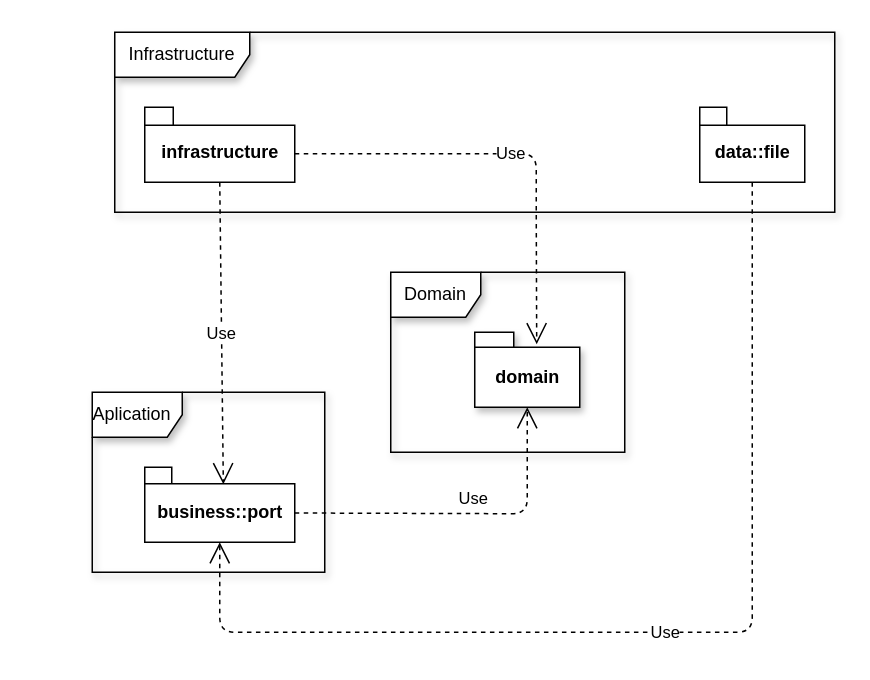
Above: diagram/packageDiagram.drawio in IngeCamiloAriza/task-bots (draw.io), before the change. Source tidied: cells renumbered, new cells numbered last; positions are measured from the earlier drawing's top-left corner, leaving out a move shared by most shapes. Both pictures are drawn from the tidied source at 150%, with x=0, y=0 at pixel (92, 32).
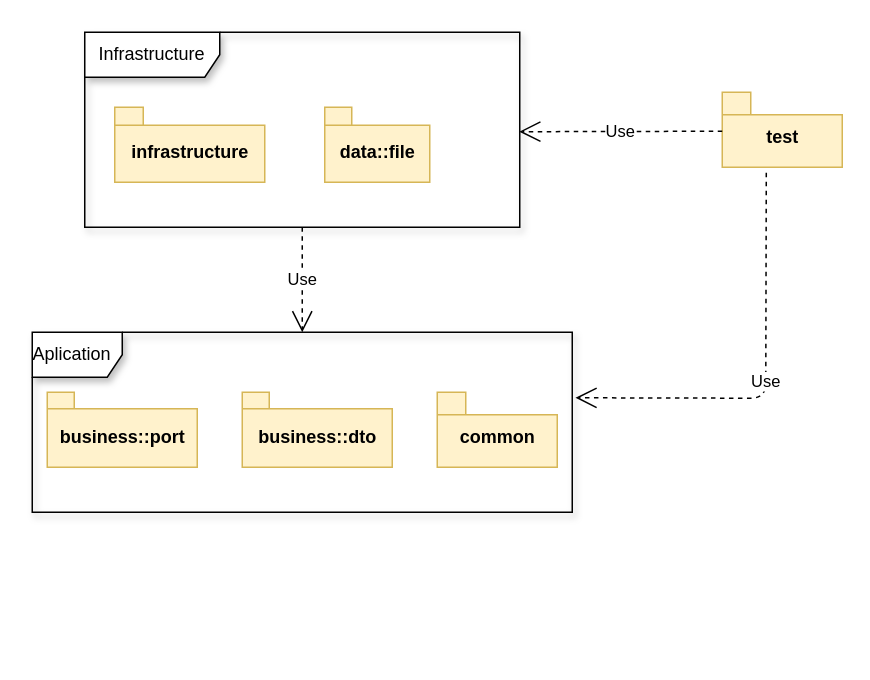
The same diagram, later.

Commit message (it also covers changes not shown here):
:lipstick: Update diagram

Diff of the diagram source:
```diff
@@
 <mxGraphModel>
   <root>
     <mxCell id="0" />
     <mxCell id="1" parent="0" />
-    <mxCell id="2" value="business::port" style="shape=folder;fontStyle=1;spacingTop=10;tabWidth=18;tabHeight=11;tabPosition=left;html=1;" parent="1" vertex="1">
-      <mxGeometry x="35" y="290" width="100" height="50" as="geometry" />
+    <mxCell id="2" value="business::port" style="shape=folder;fontStyle=1;spacingTop=10;tabWidth=18;tabHeight=11;tabPosition=left;html=1;fillColor=#fff2cc;strokeColor=#d6b656;" parent="1" vertex="1">
+      <mxGeometry x="-30" y="240" width="100" height="50" as="geometry" />
     </mxCell>
-    <mxCell id="3" value="data::file" style="shape=folder;fontStyle=1;spacingTop=10;tabWidth=18;tabHeight=12;tabPosition=left;html=1;" parent="1" vertex="1">
-      <mxGeometry x="405" y="50" width="70" height="50" as="geometry" />
+    <mxCell id="3" value="data::file" style="shape=folder;fontStyle=1;spacingTop=10;tabWidth=18;tabHeight=12;tabPosition=left;html=1;fillColor=#fff2cc;strokeColor=#d6b656;" parent="1" vertex="1">
+      <mxGeometry x="155" y="50" width="70" height="50" as="geometry" />
     </mxCell>
-    <mxCell id="4" value="infrastructure" style="shape=folder;fontStyle=1;spacingTop=10;tabWidth=19;tabHeight=12;tabPosition=left;html=1;" parent="1" vertex="1">
-      <mxGeometry x="35" y="50" width="100" height="50" as="geometry" />
+    <mxCell id="4" value="infrastructure" style="shape=folder;fontStyle=1;spacingTop=10;tabWidth=19;tabHeight=12;tabPosition=left;html=1;fillColor=#fff2cc;strokeColor=#d6b656;" parent="1" vertex="1">
+      <mxGeometry x="15" y="50" width="100" height="50" as="geometry" />
     </mxCell>
     <mxCell id="5" value="Infrastructure" style="shape=umlFrame;whiteSpace=wrap;html=1;width=90;height=30;gradientColor=none;swimlaneFillColor=none;shadow=1;" parent="1" vertex="1">
-      <mxGeometry x="15" width="480" height="120" as="geometry" />
+      <mxGeometry x="-5" width="290" height="130" as="geometry" />
     </mxCell>
     <mxCell id="6" value="Aplication&amp;nbsp;&amp;nbsp;" style="shape=umlFrame;whiteSpace=wrap;html=1;width=60;height=30;fillColor=#ffffff;comic=0;shadow=1;" parent="1" vertex="1">
-      <mxGeometry y="240" width="155" height="120" as="geometry" />
+      <mxGeometry x="-40" y="200" width="360" height="120" as="geometry" />
     </mxCell>
-    <mxCell id="7" value="Domain" style="shape=umlFrame;whiteSpace=wrap;html=1;width=60;height=30;fillColor=#ffffff;comic=0;shadow=1;" parent="1" vertex="1">
-      <mxGeometry x="199" y="160" width="156" height="120" as="geometry" />
-    </mxCell>
-    <mxCell id="8" value="domain" style="shape=folder;fontStyle=1;spacingTop=10;tabWidth=26;tabHeight=10;tabPosition=left;html=1;shadow=1;comic=0;fillColor=#ffffff;gradientColor=none;" parent="1" vertex="1">
-      <mxGeometry x="255" y="200" width="70" height="50" as="geometry" />
-    </mxCell>
-    <mxCell id="9" value="Use" style="endArrow=open;endSize=12;dashed=1;html=1;exitX=0.5;exitY=1;exitDx=0;exitDy=0;exitPerimeter=0;entryX=0.524;entryY=0.227;entryDx=0;entryDy=0;entryPerimeter=0;" parent="1" edge="1" source="4" target="2">
-      <mxGeometry relative="1" as="geometry" />
-    </mxCell>
-    <mxCell id="10" value="Use" style="endArrow=open;endSize=12;dashed=1;html=1;entryX=0.5;entryY=1;entryDx=0;entryDy=0;entryPerimeter=0;exitX=0;exitY=0;exitDx=100;exitDy=30.5;exitPerimeter=0;" parent="1" edge="1" source="2" target="8">
-      <mxGeometry x="0.05" y="10" relative="1" as="geometry">
-        <Array as="points">
-          <mxPoint x="290" y="321" />
-        </Array>
-      </mxGeometry>
-    </mxCell>
-    <mxCell id="11" value="Use" style="endArrow=open;endSize=12;dashed=1;html=1;exitX=0;exitY=0;exitDx=100;exitDy=31;exitPerimeter=0;entryX=0.59;entryY=0.16;entryDx=0;entryDy=0;entryPerimeter=0;" parent="1" edge="1" source="4" target="8">
-      <mxGeometry relative="1" as="geometry">
-        <Array as="points">
-          <mxPoint x="296" y="81" />
-          <mxPoint x="296" y="121" />
-        </Array>
-      </mxGeometry>
-    </mxCell>
-    <mxCell id="12" value="Use" style="endArrow=open;endSize=12;dashed=1;html=1;exitX=0.5;exitY=1;exitDx=0;exitDy=0;exitPerimeter=0;entryX=0.5;entryY=1;entryDx=0;entryDy=0;entryPerimeter=0;" parent="1" edge="1" source="3" target="2">
-      <mxGeometry relative="1" as="geometry">
-        <Array as="points">
-          <mxPoint x="440" y="400" />
-          <mxPoint x="85" y="400" />
-        </Array>
-      </mxGeometry>
-    </mxCell>
+    <mxCell id="13" value="common" style="shape=folder;fontStyle=1;spacingTop=10;tabWidth=19;tabHeight=15;tabPosition=left;html=1;fillColor=#fff2cc;strokeColor=#d6b656;" parent="1" vertex="1">
+      <mxGeometry x="230" y="240" width="80" height="50" as="geometry" />
+    </mxCell>
+    <mxCell id="14" value="business::dto" style="shape=folder;fontStyle=1;spacingTop=10;tabWidth=18;tabHeight=11;tabPosition=left;html=1;fillColor=#fff2cc;strokeColor=#d6b656;" parent="1" vertex="1">
+      <mxGeometry x="100" y="240" width="100" height="50" as="geometry" />
+    </mxCell>
+    <mxCell id="15" value="Use" style="endArrow=open;endSize=12;dashed=1;html=1;" parent="1" edge="1" source="5" target="6">
+      <mxGeometry relative="1" as="geometry" />
+    </mxCell>
+    <mxCell id="16" value="test" style="shape=folder;fontStyle=1;spacingTop=10;tabWidth=19;tabHeight=15;tabPosition=left;html=1;fillColor=#fff2cc;strokeColor=#d6b656;" parent="1" vertex="1">
+      <mxGeometry x="420" y="40" width="80" height="50" as="geometry" />
+    </mxCell>
+    <mxCell id="17" value="Use" style="endArrow=open;endSize=12;dashed=1;html=1;exitX=0.367;exitY=1.073;exitDx=0;exitDy=0;exitPerimeter=0;entryX=1.006;entryY=0.364;entryDx=0;entryDy=0;entryPerimeter=0;" parent="1" edge="1" source="16" target="6">
+      <mxGeometry relative="1" as="geometry">
+        <Array as="points">
+          <mxPoint x="449" y="244" />
+        </Array>
+      </mxGeometry>
+    </mxCell>
+    <mxCell id="18" value="Use" style="endArrow=open;endSize=12;dashed=1;html=1;entryX=0.999;entryY=0.51;entryDx=0;entryDy=0;entryPerimeter=0;" parent="1" edge="1" target="5">
+      <mxGeometry relative="1" as="geometry">
+        <mxPoint x="420" y="66" as="sourcePoint" />
+      </mxGeometry>
+    </mxCell>
   </root>
 </mxGraphModel>
```
